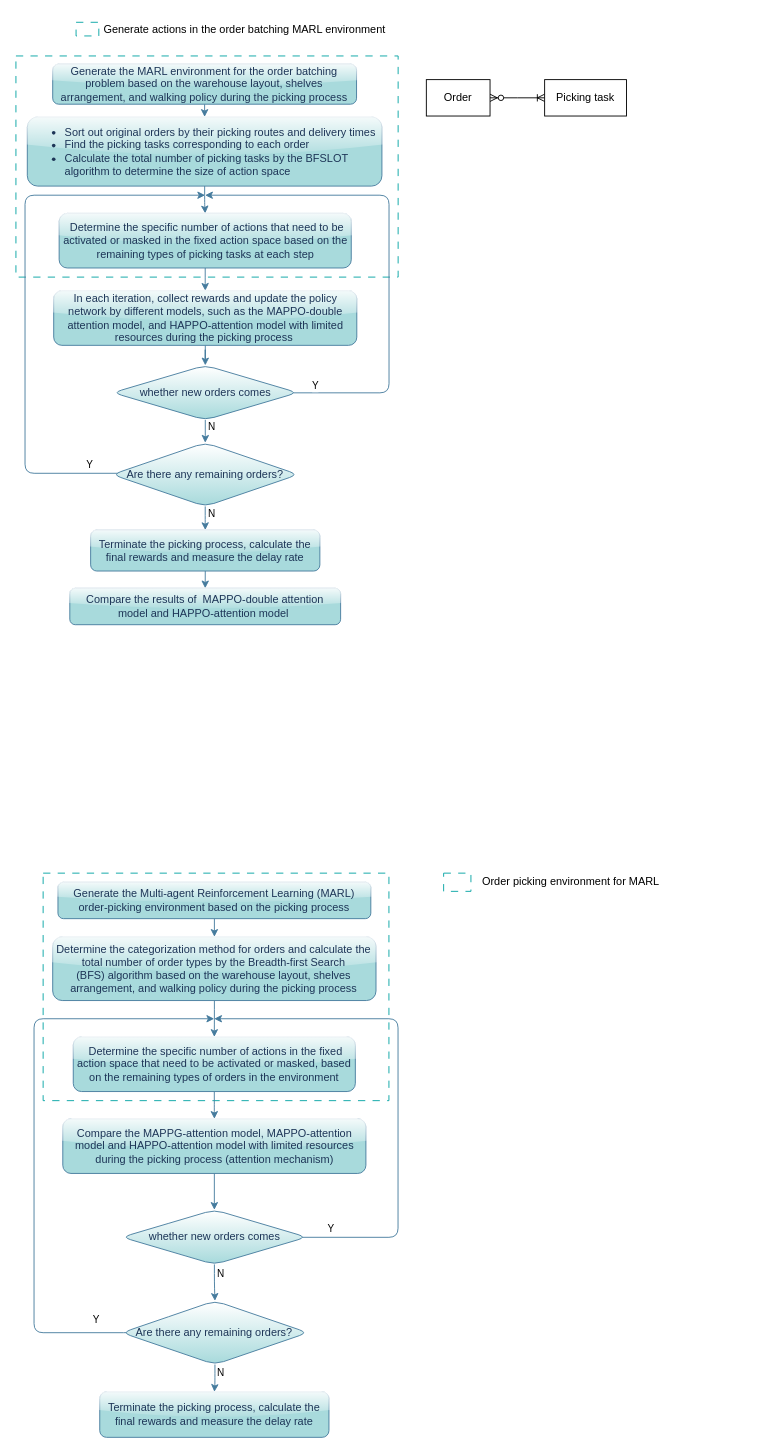
The draw.io diagram 未命名绘图.drawio in xfl11/xfliu, before the edit. Source tidied: cells renumbered, new cells numbered last; positions are measured from the earlier drawing's top-left corner, leaving out a move shared by most shapes. Both pictures are drawn from the tidied source at 91%, with x=0, y=0 at pixel (15, 15).
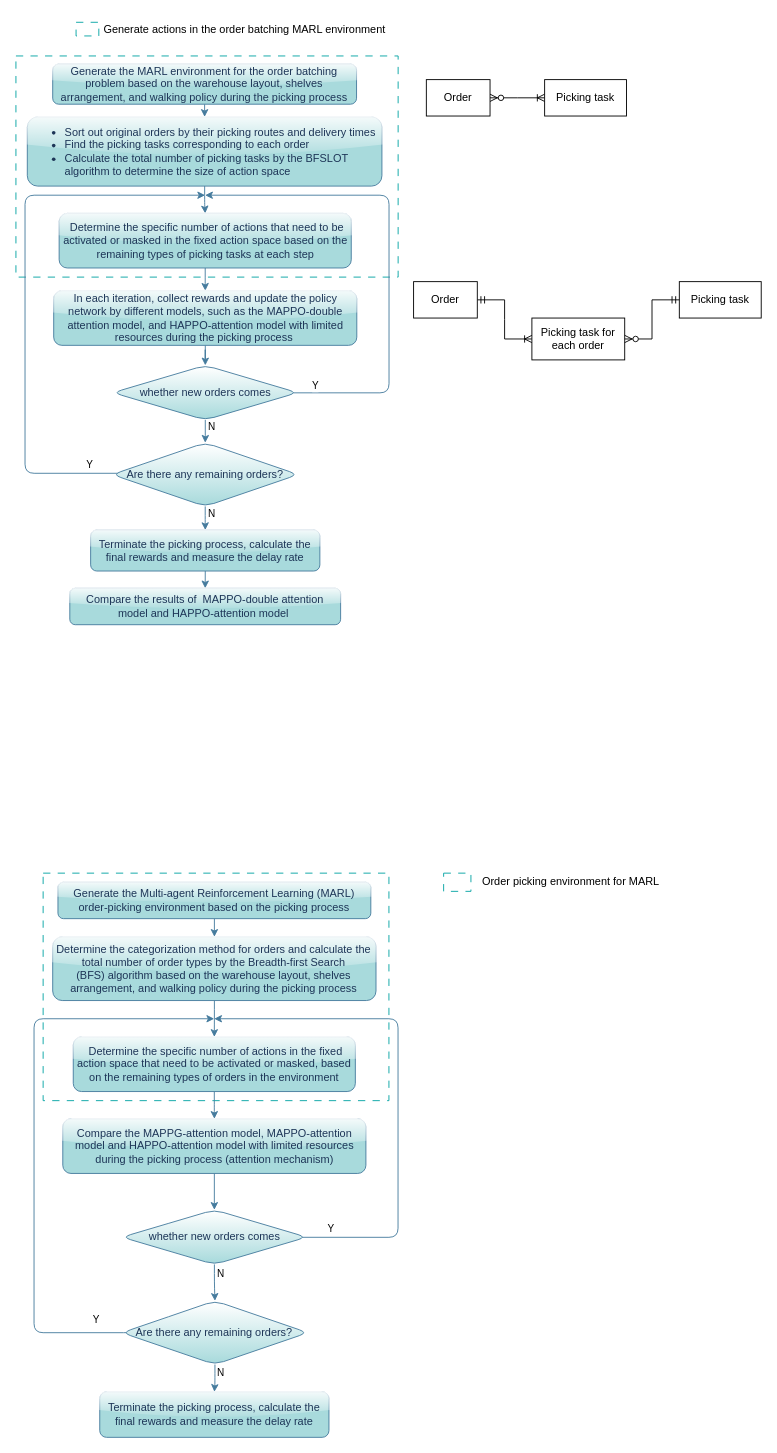
Above is the later version.

Commit message:
更新未命名绘图.drawio

What changed in the source:
```diff
@@
+    <mxCell id="52" style="edgeStyle=entityRelationEdgeStyle;fontSize=12;html=1;endArrow=ERoneToMany;startArrow=ERmandOne;rounded=0;entryX=0;entryY=0.5;entryDx=0;entryDy=0;" parent="1" edge="1" source="53" target="54">
+      <mxGeometry relative="1" as="geometry">
+        <Array as="points">
+          <mxPoint x="590" y="484" />
+          <mxPoint x="532" y="473" />
+          <mxPoint x="581" y="440" />
+          <mxPoint x="585" y="515" />
+          <mxPoint x="593" y="483" />
+          <mxPoint x="568" y="524" />
+          <mxPoint x="587" y="433" />
+          <mxPoint x="600" y="462" />
+          <mxPoint x="629" y="448" />
+        </Array>
+      </mxGeometry>
+    </mxCell>
+    <mxCell id="53" value="Order" style="rounded=0;whiteSpace=wrap;html=1;" parent="1" vertex="1">
+      <mxGeometry x="437" y="293" width="70" height="40" as="geometry" />
+    </mxCell>
+    <mxCell id="54" value="Picking task for each order" style="rounded=0;whiteSpace=wrap;html=1;" parent="1" vertex="1">
+      <mxGeometry x="567" y="333" width="102" height="46" as="geometry" />
+    </mxCell>
+    <mxCell id="55" value="Picking task" style="rounded=0;whiteSpace=wrap;html=1;" parent="1" vertex="1">
+      <mxGeometry x="729" y="293" width="90" height="40" as="geometry" />
+    </mxCell>
+    <mxCell id="56" style="edgeStyle=entityRelationEdgeStyle;fontSize=12;html=1;endArrow=ERzeroToMany;startArrow=ERmandOne;rounded=0;exitX=0;exitY=0.5;exitDx=0;exitDy=0;entryX=1;entryY=0.5;entryDx=0;entryDy=0;" parent="1" edge="1" source="55" target="54">
+      <mxGeometry relative="1" as="geometry">
+        <Array as="points">
+          <mxPoint x="544" y="437" />
+        </Array>
+      </mxGeometry>
+    </mxCell>
```
